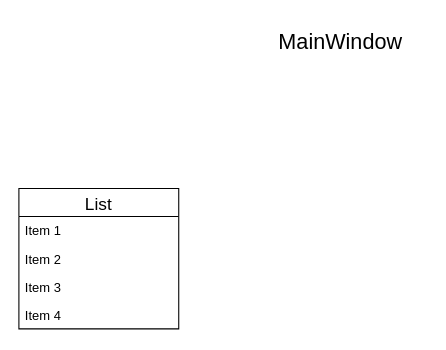
This is page "MainWindow" (2 of 2) of ApplicationArchitecture.drawio from mrjbom/UnknownEngine, a draw.io file, before an edit. Source tidied: cells renumbered, new cells numbered last; positions are measured from the earlier drawing's top-left corner, leaving out a move shared by most shapes. Both pictures are drawn from the tidied source at 108%, with x=0, y=0 at pixel (18, 18).
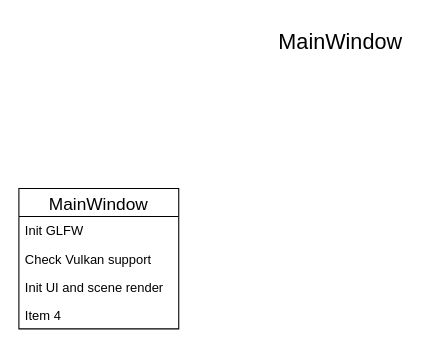
The same diagram, later.

What changed in the source:
```diff
@@
 <mxGraphModel>
   <root>
     <mxCell id="0" />
     <mxCell id="1" parent="0" />
     <mxCell id="2" value="&lt;font style=&quot;font-size: 20px&quot;&gt;MainWindow&lt;br&gt;&lt;/font&gt;" style="text;html=1;strokeColor=none;fillColor=none;align=center;verticalAlign=middle;whiteSpace=wrap;rounded=0;" parent="1" vertex="1">
       <mxGeometry x="218" width="160" height="40" as="geometry" />
     </mxCell>
-    <mxCell id="3" value="List" style="swimlane;fontStyle=0;horizontal=1;startSize=26;fillColor=none;fontSize=16;" parent="1" vertex="1">
+    <mxCell id="3" value="MainWindow" style="swimlane;fontStyle=0;horizontal=1;startSize=26;fillColor=none;fontSize=16;" parent="1" vertex="1">
       <mxGeometry y="157" width="148" height="130" as="geometry" />
     </mxCell>
-    <mxCell id="4" value="Item 1" style="text;strokeColor=none;fillColor=none;align=left;verticalAlign=top;spacingLeft=4;spacingRight=4;overflow=hidden;" parent="3" vertex="1">
+    <mxCell id="4" value="Init GLFW" style="text;strokeColor=none;fillColor=none;align=left;verticalAlign=top;spacingLeft=4;spacingRight=4;overflow=hidden;" parent="3" vertex="1">
       <mxGeometry y="26" width="148" height="26" as="geometry" />
     </mxCell>
-    <mxCell id="5" value="Item 2" style="text;strokeColor=none;fillColor=none;align=left;verticalAlign=top;spacingLeft=4;spacingRight=4;overflow=hidden;" parent="3" vertex="1">
+    <mxCell id="5" value="Check Vulkan support" style="text;strokeColor=none;fillColor=none;align=left;verticalAlign=top;spacingLeft=4;spacingRight=4;overflow=hidden;" parent="3" vertex="1">
       <mxGeometry y="52" width="148" height="26" as="geometry" />
     </mxCell>
-    <mxCell id="6" value="Item 3" style="text;strokeColor=none;fillColor=none;align=left;verticalAlign=top;spacingLeft=4;spacingRight=4;overflow=hidden;" parent="3" vertex="1">
+    <mxCell id="6" value="Init UI and scene render" style="text;strokeColor=none;fillColor=none;align=left;verticalAlign=top;spacingLeft=4;spacingRight=4;overflow=hidden;" parent="3" vertex="1">
       <mxGeometry y="78" width="148" height="26" as="geometry" />
     </mxCell>
     <mxCell id="7" value="Item 4" style="text;strokeColor=none;fillColor=none;align=left;verticalAlign=top;spacingLeft=4;spacingRight=4;overflow=hidden;" parent="3" vertex="1">
       <mxGeometry y="104" width="148" height="26" as="geometry" />
     </mxCell>
   </root>
 </mxGraphModel>
```
